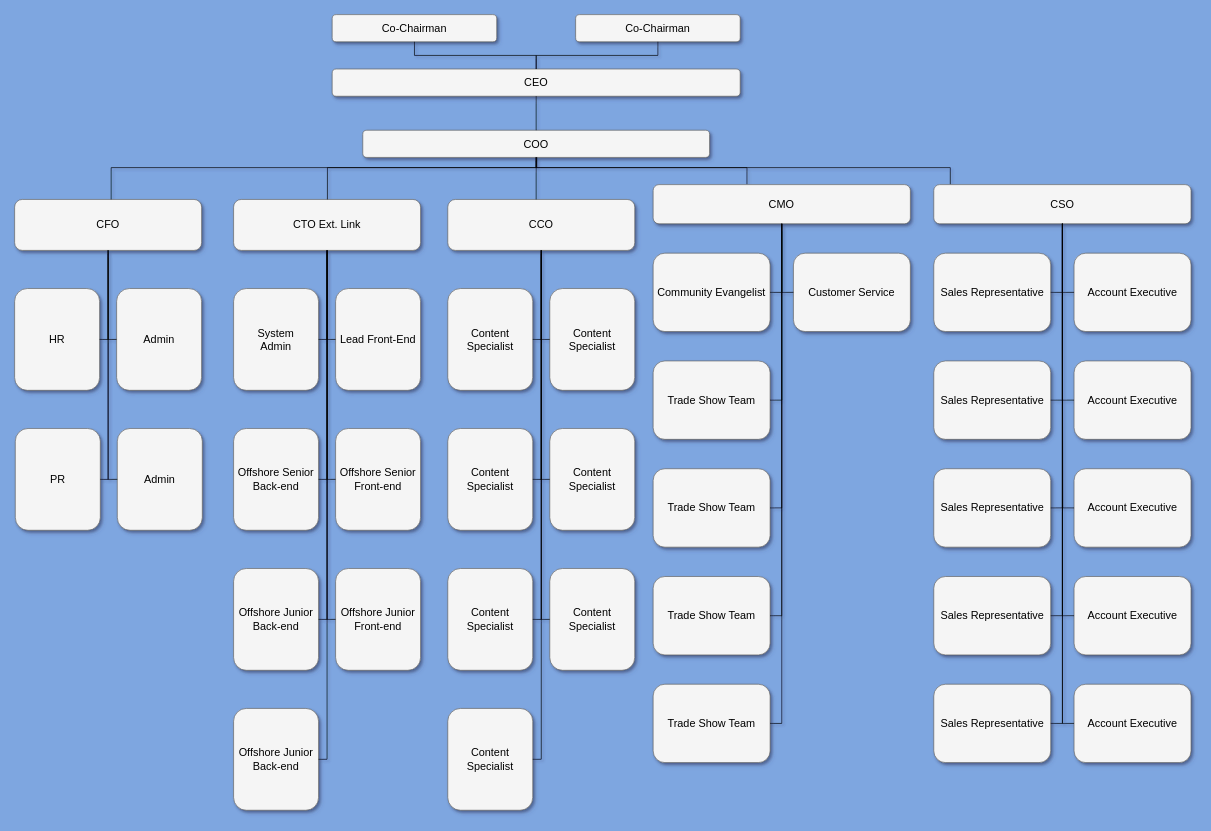
AndreasMueck/AndreasMueck.github.io keeps this draw.io diagram as Organigramm.drawio. Above is the earlier version. Source tidied: cells renumbered, new cells numbered last; positions are measured from the earlier drawing's top-left corner, leaving out a move shared by most shapes. Both pictures are drawn from the tidied source at 68%, with x=0, y=0 at pixel (14, 14).
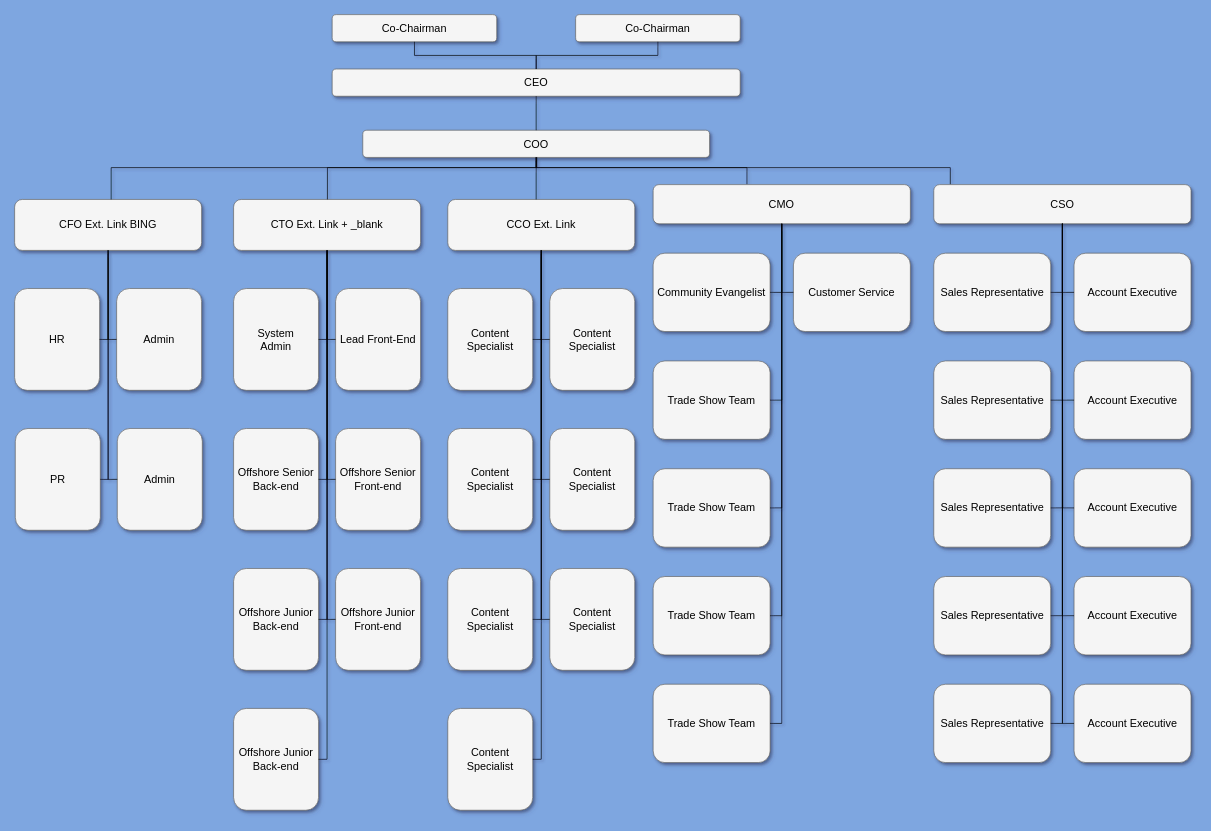
The same page after the edit.

Unchanged cells that the change refers to:
```xml
<mxCell id="46" style="group;" parent="1" vertex="1">
  <mxGeometry y="225" width="912" height="945" as="geometry" />
</mxCell>
```

Change to the diagram source:
```diff
@@
-    <mxCell id="47" value="CTO Ext. Link" style="whiteSpace=wrap;html=1;rounded=1;shadow=1;strokeWidth=1;fontSize=16;align=center;fillColor=#f5f5f5;strokeColor=#666666;" parent="46" vertex="1">
+    <mxCell id="47" value="CTO Ext. Link + _blank" style="whiteSpace=wrap;html=1;rounded=1;shadow=1;strokeWidth=1;fontSize=16;align=center;fillColor=#f5f5f5;strokeColor=#666666;" parent="46" vertex="1">
       <mxGeometry x="322" y="46.8" width="275" height="74.9" as="geometry" />
     </mxCell>
-    <mxCell id="48" value="CCO" style="whiteSpace=wrap;html=1;rounded=1;shadow=1;strokeWidth=1;fontSize=16;align=center;fillColor=#f5f5f5;strokeColor=#666666;" parent="46" vertex="1">
+    <mxCell id="48" value="CCO Ext. Link" style="whiteSpace=wrap;html=1;rounded=1;shadow=1;strokeWidth=1;fontSize=16;align=center;fillColor=#f5f5f5;strokeColor=#666666;" parent="46" vertex="1">
       <mxGeometry x="637" y="46.8" width="275" height="74.9" as="geometry" />
     </mxCell>
-    <mxCell id="49" value="CFO" style="whiteSpace=wrap;html=1;rounded=1;shadow=1;strokeWidth=1;fontSize=16;align=center;fillColor=#f5f5f5;strokeColor=#666666;" parent="46" vertex="1">
+    <mxCell id="49" value="CFO Ext. Link BING" style="whiteSpace=wrap;html=1;rounded=1;shadow=1;strokeWidth=1;fontSize=16;align=center;fillColor=#f5f5f5;strokeColor=#666666;" parent="46" vertex="1">
       <mxGeometry y="46.8" width="275" height="74.9" as="geometry" />
     </mxCell>
```
